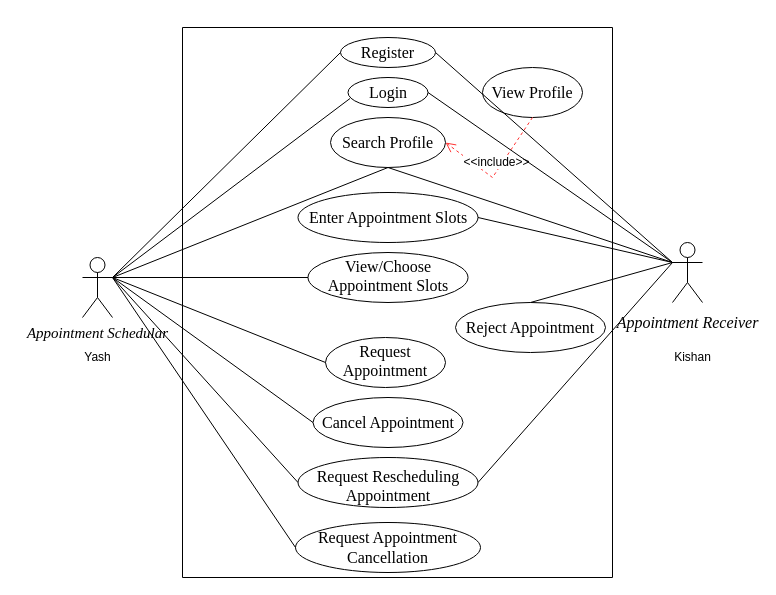
Earlier version of the draw.io diagram UseCase v1.1.drawio (Yash7200/CP-1). Source tidied: cells renumbered, new cells numbered last; positions are measured from the earlier drawing's top-left corner, leaving out a move shared by most shapes. Both pictures are drawn from the tidied source at 100%, with x=0, y=0 at pixel (72, 27).
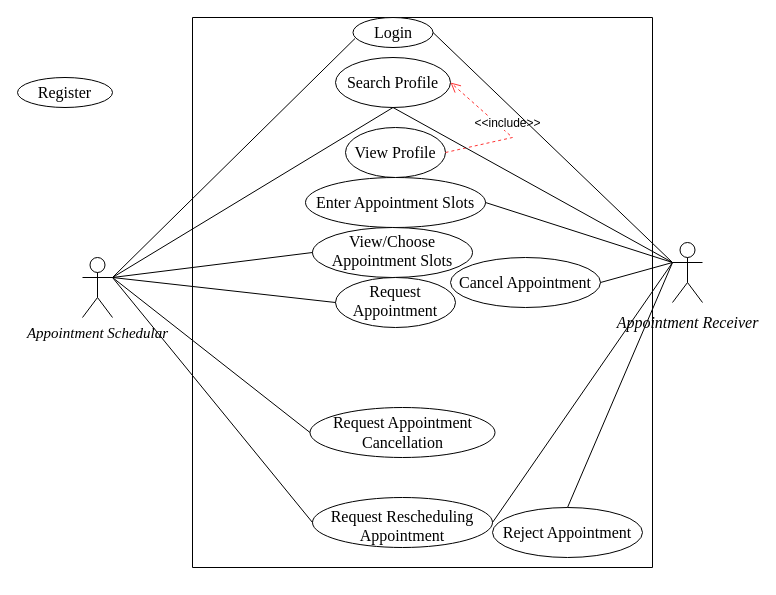
Above is the later version.

The change refers to these unchanged cells:
```xml
<mxCell id="2" value="Appointment Schedular" style="shape=umlActor;verticalLabelPosition=bottom;verticalAlign=top;outlineConnect=0;fontFamily=Times New Roman;html=1;fontSize=15;horizontal=1;fontStyle=2;" parent="1" vertex="1">
  <mxGeometry x="10" y="230" width="30" height="60" as="geometry" />
</mxCell>
<mxCell id="17" value="&lt;div&gt;Appointment Receiver&lt;/div&gt;&lt;div&gt;&lt;br&gt;&lt;/div&gt;" style="shape=umlActor;verticalLabelPosition=bottom;verticalAlign=middle;html=1;fontFamily=Times New Roman;fontSize=16;horizontal=1;fontStyle=2;" parent="1" vertex="1">
  <mxGeometry x="600" y="215" width="30" height="60" as="geometry" />
</mxCell>
```

Diff of the diagram source:
```diff
@@
     <mxCell id="3" style="swimlane;startSize=0;" parent="1" vertex="1">
-      <mxGeometry x="110" width="430" height="550" as="geometry" />
+      <mxGeometry x="120" y="-10" width="460" height="550" as="geometry" />
     </mxCell>
-    <mxCell id="4" value="&lt;div&gt;Register&lt;/div&gt;" style="ellipse;whiteSpace=wrap;html=1;fontFamily=Times New Roman;fontSize=16;verticalAlign=middle;spacing=0;" parent="3" vertex="1">
-      <mxGeometry x="158" y="10" width="95" height="30" as="geometry" />
-    </mxCell>
     <mxCell id="5" value="&lt;div&gt;Search Profile&lt;/div&gt;" style="ellipse;whiteSpace=wrap;html=1;fontFamily=Times New Roman;fontSize=16;" parent="3" vertex="1">
-      <mxGeometry x="148" y="90" width="115" height="50" as="geometry" />
+      <mxGeometry x="143" y="40" width="115" height="50" as="geometry" />
     </mxCell>
     <mxCell id="6" value="&lt;div&gt;View Profile&lt;/div&gt;" style="ellipse;whiteSpace=wrap;html=1;fontFamily=Times New Roman;fontSize=16;verticalAlign=middle;" parent="3" vertex="1">
-      <mxGeometry x="300" y="40" width="100" height="50" as="geometry" />
+      <mxGeometry x="153" y="110" width="100" height="50" as="geometry" />
     </mxCell>
     <mxCell id="7" value="Reject Appointment" style="ellipse;whiteSpace=wrap;html=1;fontFamily=Times New Roman;fontSize=16;verticalAlign=middle;" parent="3" vertex="1">
-      <mxGeometry x="273" y="275" width="150" height="50" as="geometry" />
+      <mxGeometry x="300" y="490" width="150" height="50" as="geometry" />
     </mxCell>
     <mxCell id="8" value="Request Rescheduling Appointment" style="ellipse;whiteSpace=wrap;html=1;fontFamily=Times New Roman;fontSize=16;verticalAlign=bottom;" parent="3" vertex="1">
-      <mxGeometry x="115.5" y="430" width="180" height="50" as="geometry" />
+      <mxGeometry x="120" y="480" width="180" height="50" as="geometry" />
     </mxCell>
     <mxCell id="9" value="Request Appointment Cancellation" style="ellipse;whiteSpace=wrap;html=1;fontFamily=Times New Roman;fontSize=16;" parent="3" vertex="1">
-      <mxGeometry x="113" y="495" width="185" height="50" as="geometry" />
+      <mxGeometry x="117.5" y="390" width="185" height="50" as="geometry" />
     </mxCell>
     <mxCell id="10" value="Enter Appointment Slots" style="ellipse;whiteSpace=wrap;html=1;fontFamily=Times New Roman;fontSize=16;verticalAlign=middle;" parent="3" vertex="1">
-      <mxGeometry x="115.5" y="165" width="180" height="50" as="geometry" />
+      <mxGeometry x="113" y="160" width="180" height="50" as="geometry" />
     </mxCell>
     <mxCell id="11" value="Login" style="ellipse;whiteSpace=wrap;html=1;fontFamily=Times New Roman;fontSize=16;verticalAlign=middle;spacing=0;" parent="3" vertex="1">
-      <mxGeometry x="165.5" y="50" width="80" height="30" as="geometry" />
+      <mxGeometry x="160.5" width="80" height="30" as="geometry" />
     </mxCell>
-    <mxCell id="12" value="&amp;lt;&amp;lt;include&amp;gt;&amp;gt;" style="verticalAlign=bottom;endArrow=open;dashed=1;endSize=8;rounded=0;fontSize=12;entryX=1;entryY=0.5;entryDx=0;entryDy=0;fontColor=#000000;labelBorderColor=none;html=1;strokeColor=#FF3333;exitX=0.5;exitY=1;exitDx=0;exitDy=0;" parent="3" edge="1" source="6" target="5">
+    <mxCell id="12" value="&amp;lt;&amp;lt;include&amp;gt;&amp;gt;" style="verticalAlign=bottom;endArrow=open;dashed=1;endSize=8;rounded=0;fontSize=12;entryX=1;entryY=0.5;entryDx=0;entryDy=0;fontColor=#000000;labelBorderColor=none;html=1;strokeColor=#FF3333;exitX=1;exitY=0.5;exitDx=0;exitDy=0;" parent="3" edge="1" source="6" target="5">
       <mxGeometry relative="1" as="geometry">
         <Array as="points">
-          <mxPoint x="310" y="150" />
+          <mxPoint x="320" y="120" />
         </Array>
       </mxGeometry>
     </mxCell>
     <mxCell id="13" value="View/Choose Appointment Slots" style="ellipse;whiteSpace=wrap;html=1;fontFamily=Times New Roman;fontSize=16;verticalAlign=top;spacing=0;" parent="3" vertex="1">
-      <mxGeometry x="125.5" y="225" width="160" height="50" as="geometry" />
+      <mxGeometry x="120" y="210" width="160" height="50" as="geometry" />
     </mxCell>
     <mxCell id="14" value="Request Appointment" style="ellipse;whiteSpace=wrap;html=1;fontFamily=Times New Roman;fontSize=16;verticalAlign=top;spacing=0;" parent="3" vertex="1">
-      <mxGeometry x="143" y="310" width="120" height="50" as="geometry" />
+      <mxGeometry x="143" y="260" width="120" height="50" as="geometry" />
     </mxCell>
     <mxCell id="15" value="Cancel Appointment" style="ellipse;whiteSpace=wrap;html=1;fontFamily=Times New Roman;fontSize=16;verticalAlign=middle;" parent="3" vertex="1">
-      <mxGeometry x="130.5" y="370" width="150" height="50" as="geometry" />
+      <mxGeometry x="258" y="240" width="150" height="50" as="geometry" />
     </mxCell>
-    <mxCell id="16" style="endArrow=none;html=1;rounded=0;fontFamily=Times New Roman;fontSize=16;exitX=1;exitY=0.3333333333333333;exitDx=0;exitDy=0;exitPerimeter=0;entryX=0;entryY=0.5;entryDx=0;entryDy=0;" parent="1" edge="1" source="2" target="4">
-      <mxGeometry relative="1" as="geometry" />
-    </mxCell>
@@
-    <mxCell id="18" style="endArrow=none;html=1;rounded=0;fontFamily=Times New Roman;fontSize=15;fontColor=#FF3333;exitX=1;exitY=0.5;exitDx=0;exitDy=0;entryX=0;entryY=0.3333333333333333;entryDx=0;entryDy=0;entryPerimeter=0;" parent="1" edge="1" source="4" target="17">
+    <mxCell id="18" style="endArrow=none;html=1;rounded=0;fontFamily=Times New Roman;fontSize=15;fontColor=#FF3333;exitX=1;exitY=0.5;exitDx=0;exitDy=0;entryX=0;entryY=0.3333333333333333;entryDx=0;entryDy=0;entryPerimeter=0;" parent="1" edge="1" source="11" target="17">
       <mxGeometry relative="1" as="geometry" />
     </mxCell>
@@
-    <mxCell id="29" style="endArrow=none;html=1;rounded=0;fontFamily=Times New Roman;fontSize=15;fontColor=#FF3333;exitX=1;exitY=0.5;exitDx=0;exitDy=0;entryX=0;entryY=0.3333333333333333;entryDx=0;entryDy=0;entryPerimeter=0;" parent="1" edge="1" source="11" target="17">
-      <mxGeometry relative="1" as="geometry" />
-    </mxCell>
-    <mxCell id="30" style="endArrow=none;html=1;rounded=0;labelBorderColor=none;strokeColor=#000000;fontSize=12;fontColor=#000000;exitX=1;exitY=0.3333333333333333;exitDx=0;exitDy=0;exitPerimeter=0;entryX=0;entryY=0.5;entryDx=0;entryDy=0;" parent="1" edge="1" source="2" target="15">
+    <mxCell id="30" style="endArrow=none;html=1;rounded=0;labelBorderColor=none;strokeColor=#000000;fontSize=12;fontColor=#000000;entryX=1;entryY=0.5;entryDx=0;entryDy=0;exitX=0;exitY=0.3333333333333333;exitDx=0;exitDy=0;exitPerimeter=0;" parent="1" edge="1" source="17" target="15">
       <mxGeometry relative="1" as="geometry" />
     </mxCell>
-    <mxCell id="31" value="Yash" style="text;html=1;align=center;verticalAlign=middle;strokeColor=none;fillColor=none;fontSize=12;fontColor=#000000;" parent="1" vertex="1">
-      <mxGeometry y="315" width="50" height="30" as="geometry" />
-    </mxCell>
-    <mxCell id="32" value="Kishan" style="text;html=1;align=center;verticalAlign=middle;strokeColor=none;fillColor=none;fontSize=12;fontColor=#000000;" parent="1" vertex="1">
-      <mxGeometry x="590" y="315" width="60" height="30" as="geometry" />
-    </mxCell>
+    <mxCell id="4" value="&lt;div&gt;Register&lt;/div&gt;" style="ellipse;whiteSpace=wrap;html=1;fontFamily=Times New Roman;fontSize=16;verticalAlign=middle;spacing=0;" parent="1" vertex="1">
+      <mxGeometry x="-55" y="50" width="95" height="30" as="geometry" />
+    </mxCell>
```
